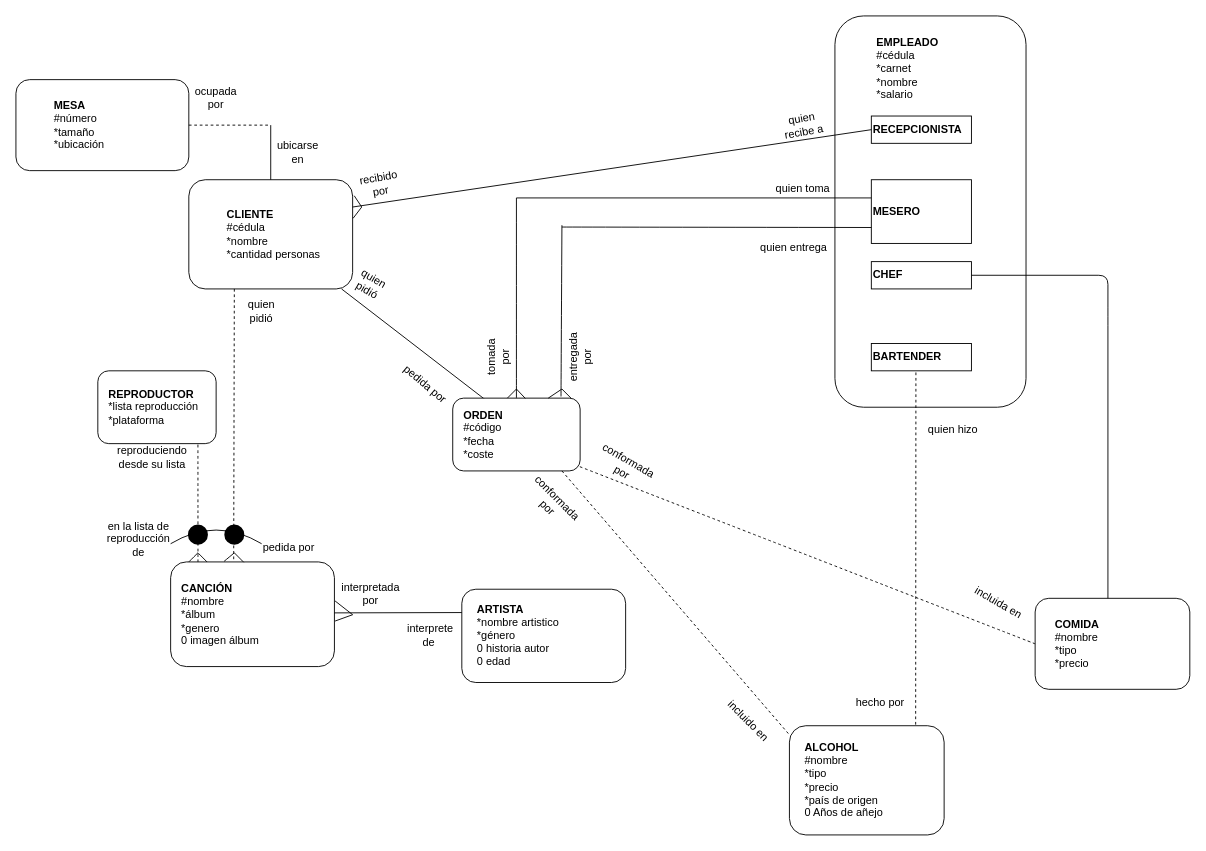
The draw.io diagram Trabajo1/Untitled Diagram.drawio in M1moreno/EntregasBD, before the edit. Source tidied: cells renumbered, new cells numbered last; positions are measured from the earlier drawing's top-left corner, leaving out a move shared by most shapes. Both pictures are drawn from the tidied source at 91%, with x=0, y=0 at pixel (15, 15). Pictures stored in the file or linked from it are replaced by grey dashed boxes.
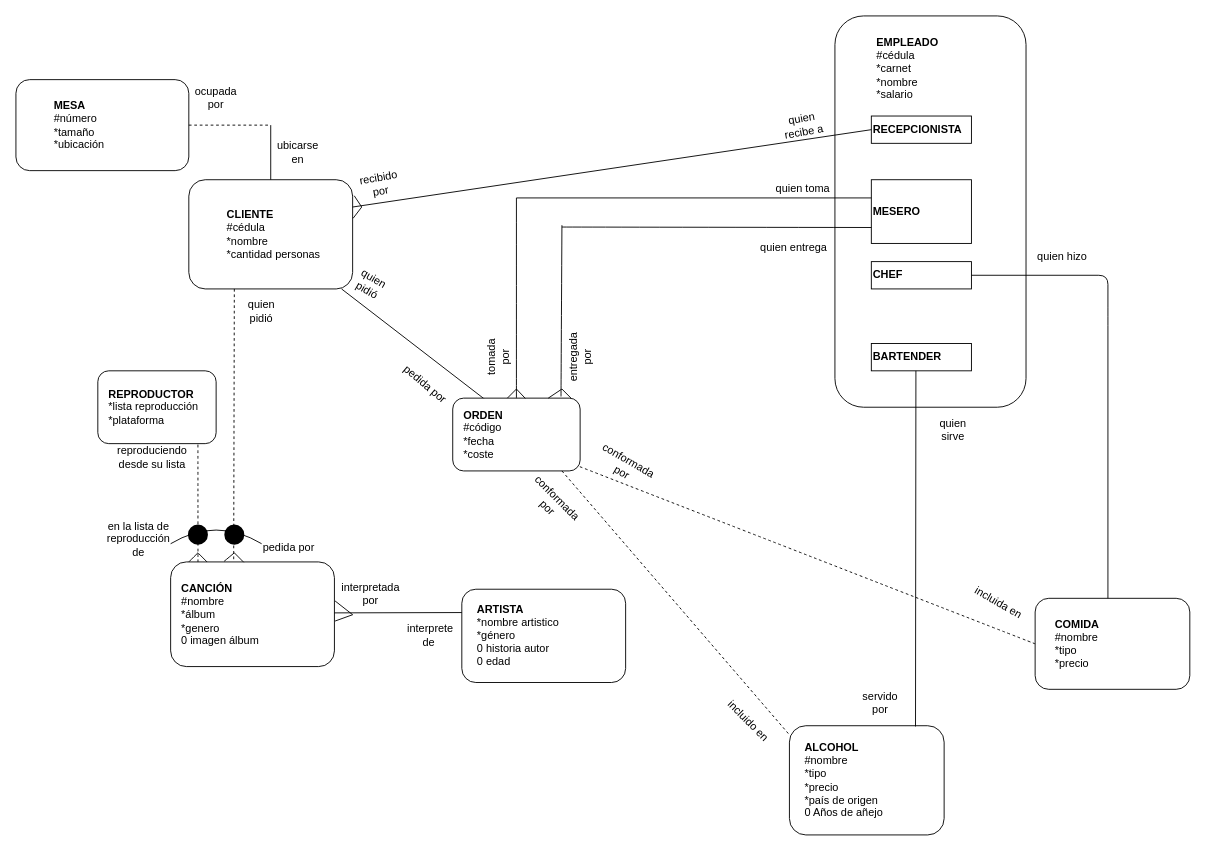
After the change.

Unchanged cells that the change refers to:
```xml
<mxCell id="19" style="rounded=1;whiteSpace=wrap;html=1;" parent="18" vertex="1">
  <mxGeometry width="170" height="120" as="geometry" />
</mxCell>
```

Change to the diagram source:
```diff
@@
-    <mxCell id="35" style="endArrow=none;dashed=1;html=1;rounded=0;exitX=0.816;exitY=-0.01;exitDx=0;exitDy=0;exitPerimeter=0;" parent="1" edge="1" source="19">
+    <mxCell id="35" style="endArrow=none;html=1;rounded=0;exitX=0.815;exitY=0.007;exitDx=0;exitDy=0;exitPerimeter=0;" parent="1" edge="1" source="19">
       <mxGeometry relative="1" as="geometry">
         <mxPoint x="989" y="390" as="targetPoint" />
       </mxGeometry>
     </mxCell>
@@
-    <mxCell id="80" value="quien hizo" style="text;html=1;strokeColor=none;fillColor=none;align=center;verticalAlign=middle;whiteSpace=wrap;rounded=0;" parent="1" vertex="1">
+    <mxCell id="80" value="quien sirve" style="text;html=1;strokeColor=none;fillColor=none;align=center;verticalAlign=middle;whiteSpace=wrap;rounded=0;" parent="1" vertex="1">
       <mxGeometry x="1000" y="440" width="60" height="30" as="geometry" />
     </mxCell>
-    <mxCell id="81" value="hecho por" style="text;html=1;strokeColor=none;fillColor=none;align=center;verticalAlign=middle;whiteSpace=wrap;rounded=0;" parent="1" vertex="1">
+    <mxCell id="81" value="servido por" style="text;html=1;strokeColor=none;fillColor=none;align=center;verticalAlign=middle;whiteSpace=wrap;rounded=0;" parent="1" vertex="1">
       <mxGeometry x="920" y="740" width="60" height="30" as="geometry" />
     </mxCell>
+    <mxCell id="82" value="quien hizo" style="text;html=1;strokeColor=none;fillColor=none;align=center;verticalAlign=middle;whiteSpace=wrap;rounded=0;" parent="1" vertex="1">
+      <mxGeometry x="1120" y="250" width="60" height="30" as="geometry" />
+    </mxCell>
```
